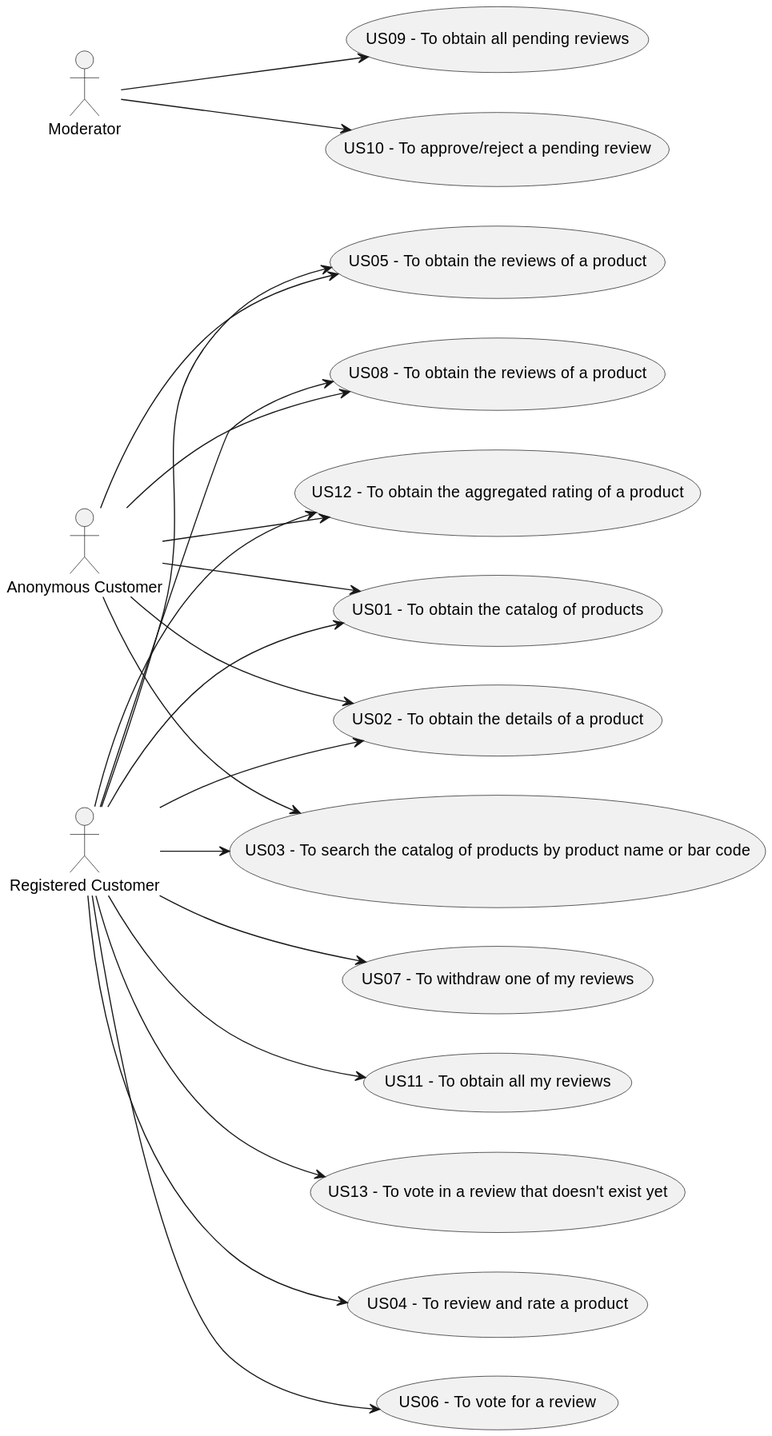
Above: Docs/UCD.svg in TiagoNora/SIDIS-Docs (PlantUML), before the change.
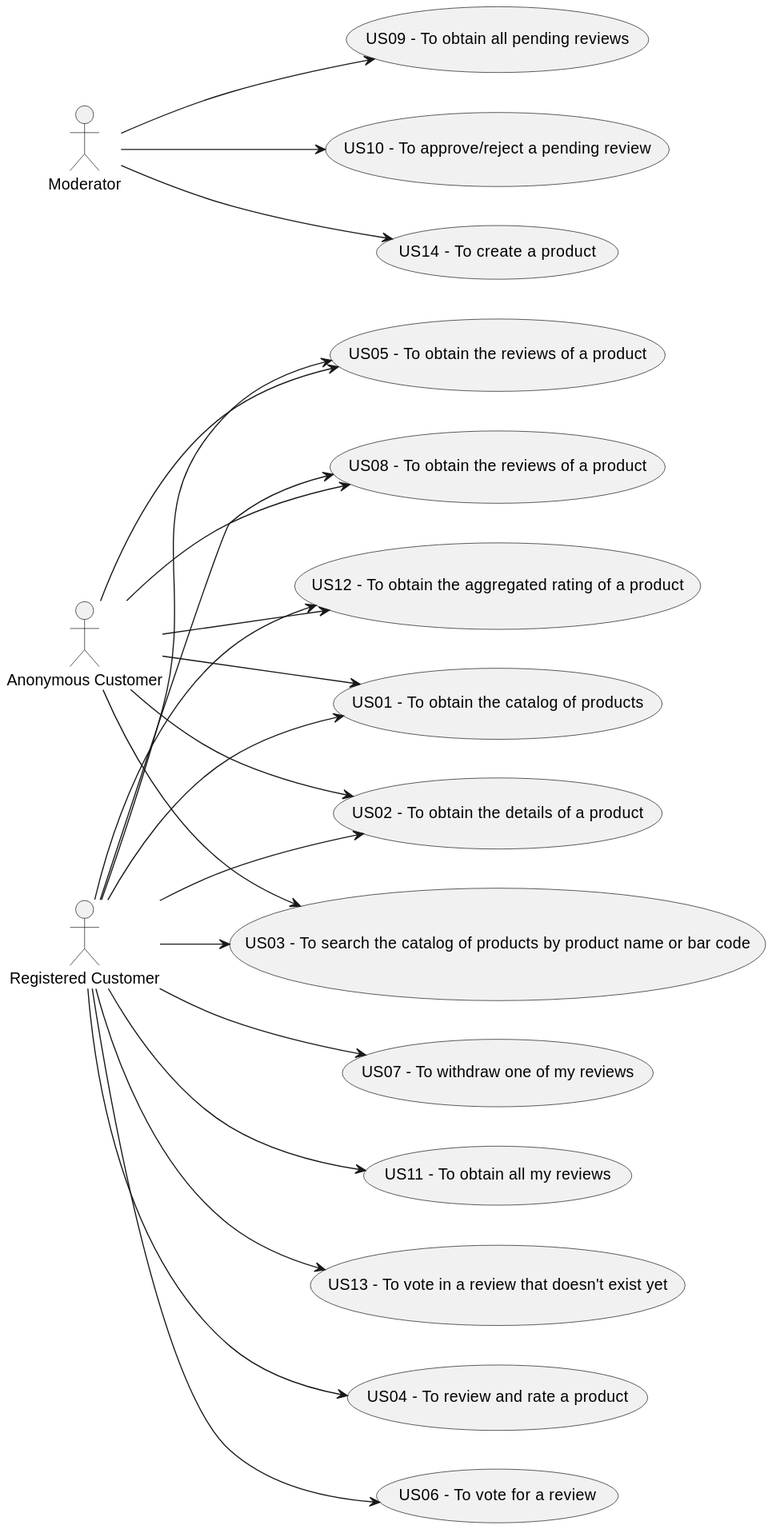
After the commit.

What changed in the source:
```diff
@@ -21,6 +21,7 @@
 (US11  - To obtain all my reviews) as US11
 (US12  - To obtain the aggregated rating of a product) as US12
 (US13  - To vote in a review that doesn't exist yet) as US13
+(US14  - To create a product) as US14
 
 aCostumer --> US01
 aCostumer --> US02
@@ -47,6 +48,7 @@
 rCostumer --> US12
 
 rCostumer --> US13
+moderator --> US14
 
 
 
```
